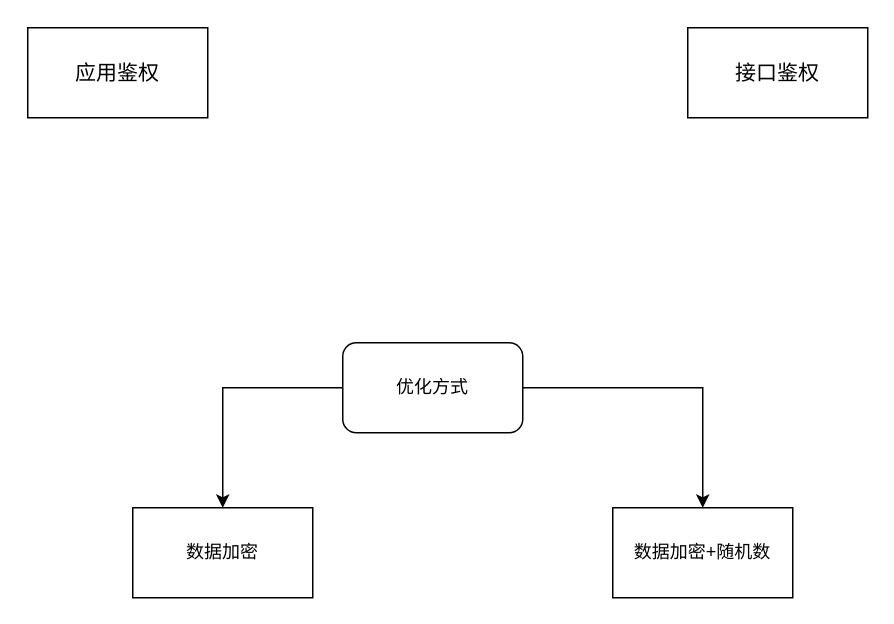
This is study_workplace/CRM/接口资源鉴权.drawio from guoxinchen2g/HelloWrold, a draw.io file, before an edit. Source tidied: cells renumbered, new cells numbered last; positions are measured from the earlier drawing's top-left corner, leaving out a move shared by most shapes. Both pictures are drawn from the tidied source at 150%, with x=0, y=0 at pixel (27, 27).
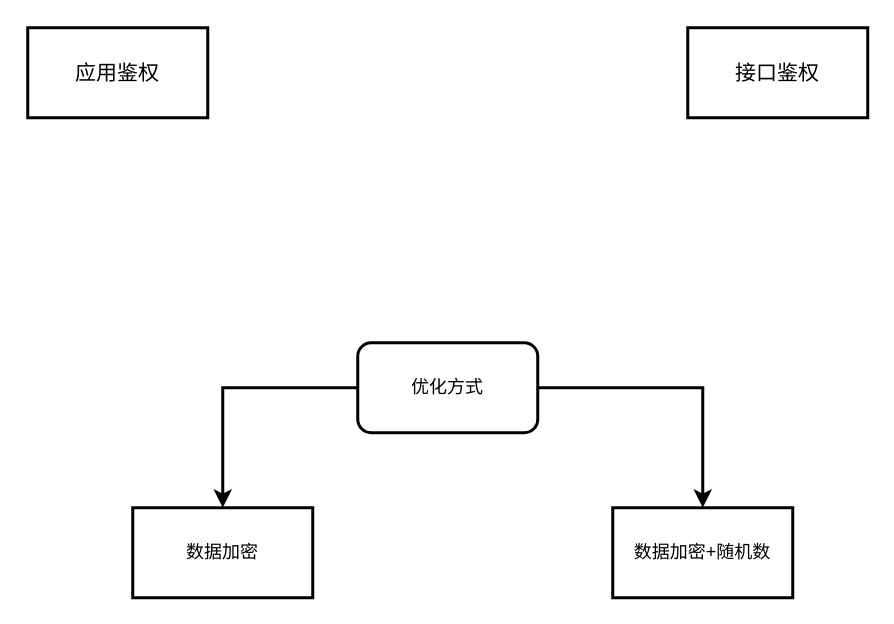
After the change.

Commit message:
更新接口资源鉴权.drawio

What changed in the source:
```diff
@@
 <mxGraphModel>
   <root>
     <mxCell id="0" />
     <mxCell id="1" parent="0" />
-    <mxCell id="2" value="应用鉴权" style="rounded=0;whiteSpace=wrap;html=1;fontSize=14;" parent="1" vertex="1">
+    <mxCell id="2" value="应用鉴权" style="rounded=0;whiteSpace=wrap;html=1;fontSize=14;strokeWidth=2;" parent="1" vertex="1">
       <mxGeometry width="120" height="60" as="geometry" />
     </mxCell>
-    <mxCell id="3" value="接口鉴权" style="rounded=0;whiteSpace=wrap;html=1;fontSize=14;" parent="1" vertex="1">
+    <mxCell id="3" value="接口鉴权" style="rounded=0;whiteSpace=wrap;html=1;fontSize=14;perimeterSpacing=0;strokeWidth=2;" parent="1" vertex="1">
       <mxGeometry x="440" width="120" height="60" as="geometry" />
     </mxCell>
-    <mxCell id="4" style="edgeStyle=orthogonalEdgeStyle;rounded=0;jettySize=auto;html=1;entryX=0.5;entryY=0;entryDx=0;entryDy=0;" parent="1" edge="1" source="6" target="7">
+    <mxCell id="4" style="edgeStyle=orthogonalEdgeStyle;rounded=0;jettySize=auto;html=1;entryX=0.5;entryY=0;entryDx=0;entryDy=0;strokeWidth=2;" parent="1" edge="1" source="6" target="7">
       <mxGeometry relative="1" as="geometry" />
     </mxCell>
-    <mxCell id="5" style="edgeStyle=orthogonalEdgeStyle;rounded=0;jettySize=auto;html=1;entryX=0.5;entryY=0;entryDx=0;entryDy=0;" parent="1" edge="1" source="6" target="8">
+    <mxCell id="5" style="edgeStyle=orthogonalEdgeStyle;rounded=0;jettySize=auto;html=1;entryX=0.5;entryY=0;entryDx=0;entryDy=0;strokeWidth=2;" parent="1" edge="1" source="6" target="8">
       <mxGeometry relative="1" as="geometry" />
     </mxCell>
-    <mxCell id="6" value="优化方式" style="rounded=1;whiteSpace=wrap;html=1;" parent="1" vertex="1">
-      <mxGeometry x="210" y="210" width="120" height="60" as="geometry" />
+    <mxCell id="6" value="优化方式" style="rounded=1;whiteSpace=wrap;html=1;strokeWidth=2;" parent="1" vertex="1">
+      <mxGeometry x="220" y="210" width="120" height="60" as="geometry" />
     </mxCell>
-    <mxCell id="7" value="数据加密" style="rounded=0;whiteSpace=wrap;html=1;" parent="1" vertex="1">
+    <mxCell id="7" value="数据加密" style="rounded=0;whiteSpace=wrap;html=1;strokeWidth=2;" parent="1" vertex="1">
       <mxGeometry x="70" y="320" width="120" height="60" as="geometry" />
     </mxCell>
-    <mxCell id="8" value="数据加密+随机数" style="rounded=0;whiteSpace=wrap;html=1;" parent="1" vertex="1">
+    <mxCell id="8" value="数据加密+随机数" style="rounded=0;whiteSpace=wrap;html=1;strokeWidth=2;" parent="1" vertex="1">
       <mxGeometry x="390" y="320" width="120" height="60" as="geometry" />
     </mxCell>
   </root>
 </mxGraphModel>
```
